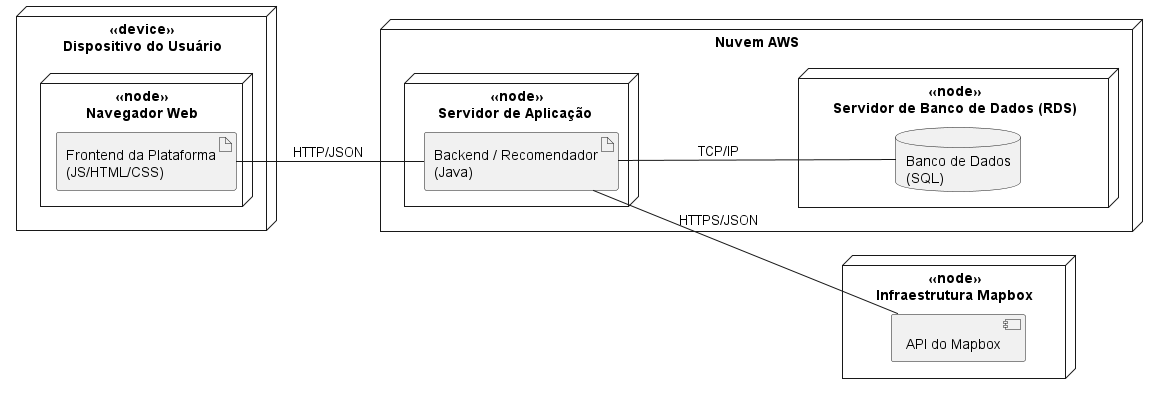
Before: documentation/Modelagem/Diagramas/Outputs (Imagens)/Diagrama de implantação.png, a diagram exported from PlantUML (J-B-Works/Wisp).
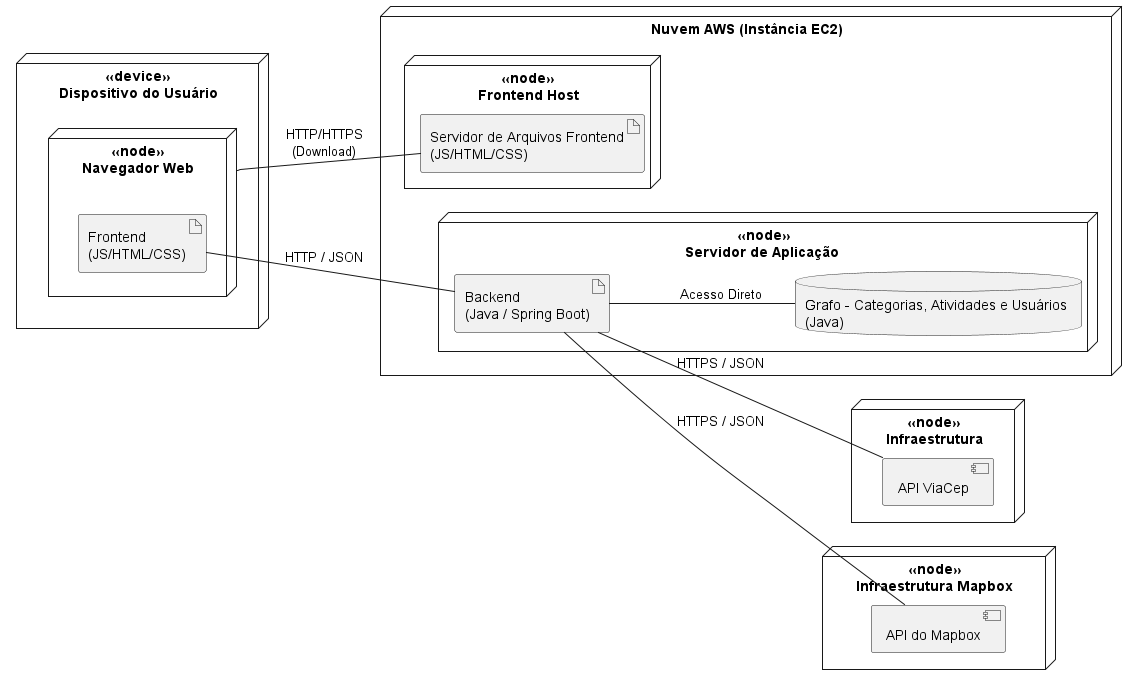
The same file after the commit.

Commit message:
docs: update deployment diagram

Diff of the diagram source:
```diff
@@ -3,27 +3,35 @@
 left to right direction
 
 node "<<device>>\nDispositivo do Usuário" as user_device {
-    node "<<node>>\nNavegador Web" as browser {
-        artifact "Frontend da Plataforma\n(JS/HTML/CSS)" as frontend
+     node "<<node>>\nNavegador Web" as browser {
+
+        artifact "Frontend\n(JS/HTML/CSS)" as frontend
+
     }
 }
 
-node "Nuvem AWS" as aws {
+node "Nuvem AWS (Instância EC2)" as aws {
+    node "<<node>>\nFrontend Host" as front_container {
+        artifact "Servidor de Arquivos Frontend\n(JS/HTML/CSS)" as static_files
+    }
     node "<<node>>\nServidor de Aplicação " as AppServer {
-        artifact "Backend / Recomendador\n(Java)" as backend
+        artifact "Backend\n(Java / Spring Boot)" as backend
+        database "Grafo - Categorias, Atividades e Usuários \n(Java)" as db
     }
+}
 
-    node "<<node>>\nServidor de Banco de Dados (RDS)" as rds {
-        database "Banco de Dados\n(SQL)" as db
-    }
+node "<<node>>\nInfraestrutura" as viacep {
+    component "API ViaCep" as viacep_api
 }
 
 node "<<node>>\nInfraestrutura Mapbox" as mapbox {
     component "API do Mapbox" as mapbox_api
 }
 
-frontend -- backend : HTTP/JSON
-backend -- db : TCP/IP
-backend -- mapbox_api : HTTPS/JSON
+browser -- static_files : HTTP/HTTPS\n(Download)
+frontend -- backend : HTTP / JSON
+backend -- db : Acesso Direto
+backend -- viacep_api : HTTPS / JSON
+backend -- mapbox_api : HTTPS / JSON
 
 @enduml
```
